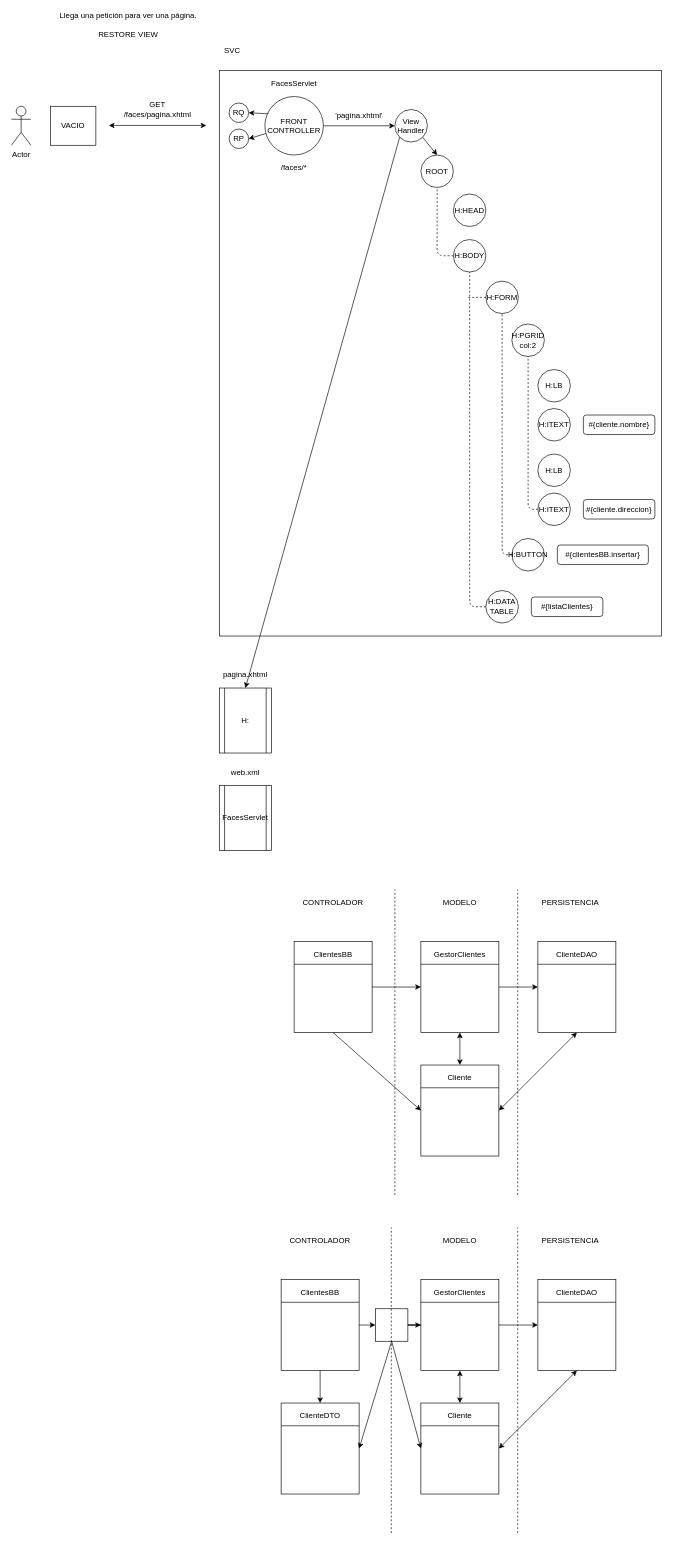
This is page "Página-3" (3 of 11) of diagramas.drawio from lrag/JSF, a draw.io file, before an edit. Source tidied: cells renumbered, new cells numbered last; positions are measured from the earlier drawing's top-left corner, leaving out a move shared by most shapes. Both pictures are drawn from the tidied source at 65%, with x=0, y=0 at pixel (11, 18).
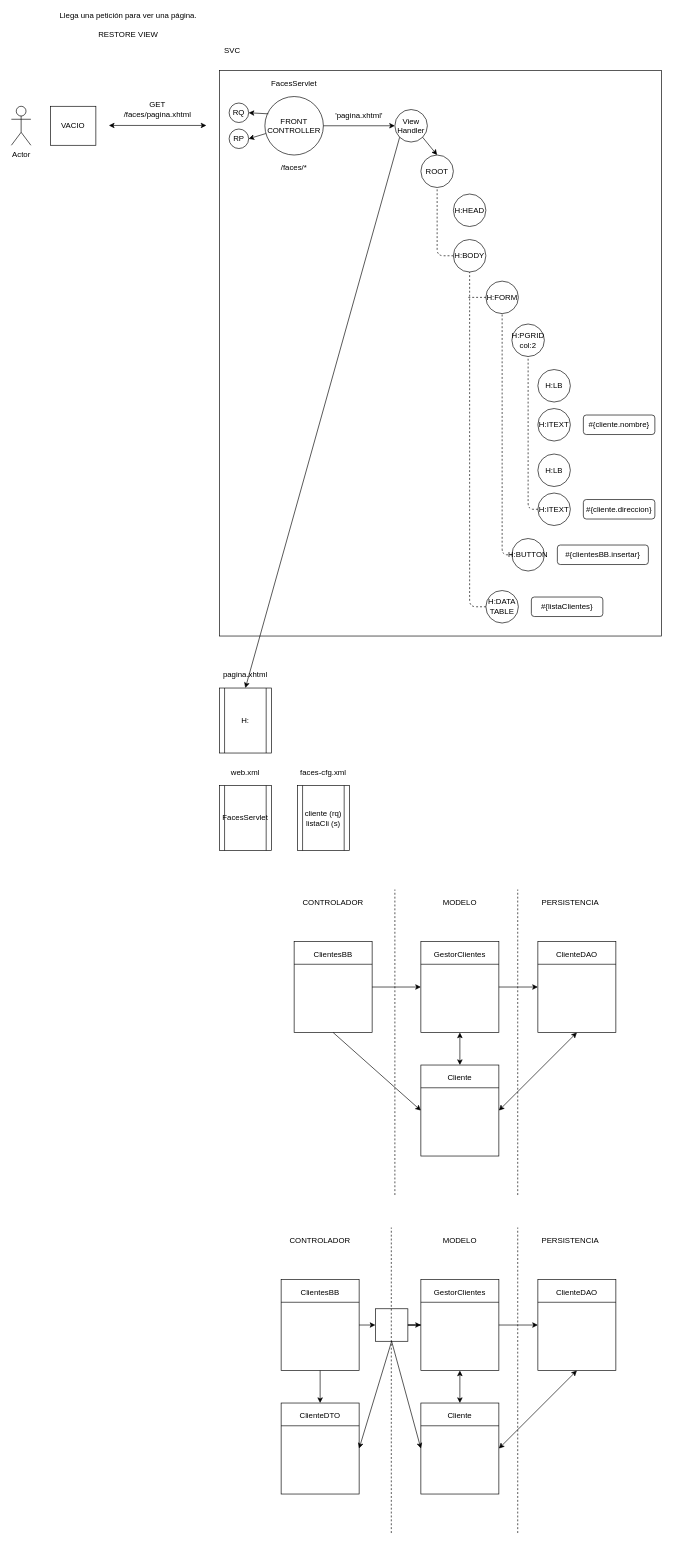
The same page after the edit.

Diff of the diagram source:
```diff
@@
+    <mxCell id="96" value="cliente (rq)&lt;br&gt;listaCli (s)" style="shape=process;whiteSpace=wrap;html=1;backgroundOutline=1;fillColor=none;" parent="1" vertex="1">
+      <mxGeometry x="440" y="1180" width="80" height="100" as="geometry" />
+    </mxCell>
+    <mxCell id="97" value="faces-cfg.xml" style="text;html=1;strokeColor=none;fillColor=none;align=center;verticalAlign=middle;whiteSpace=wrap;rounded=0;" parent="1" vertex="1">
+      <mxGeometry x="435" y="1150" width="90" height="20" as="geometry" />
+    </mxCell>
```
